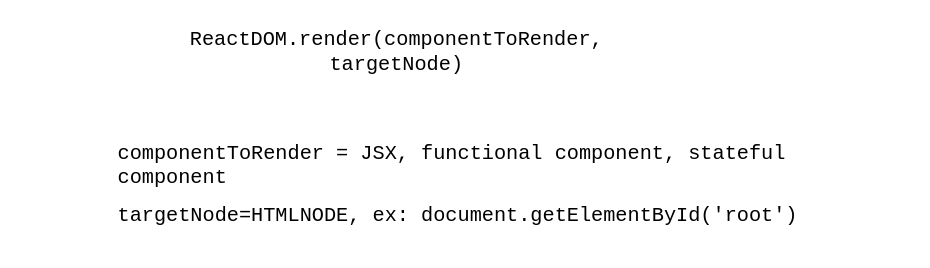
f2xiao/learn-react keeps this draw.io diagram as page "01-2 React's rendering API" (2 of 23) of Diagram.drawio. Above is the earlier version. Source tidied: cells renumbered, new cells numbered last; positions are measured from the earlier drawing's top-left corner, leaving out a move shared by most shapes. Both pictures are drawn from the tidied source at 125%, with x=0, y=0 at pixel (115, 21).
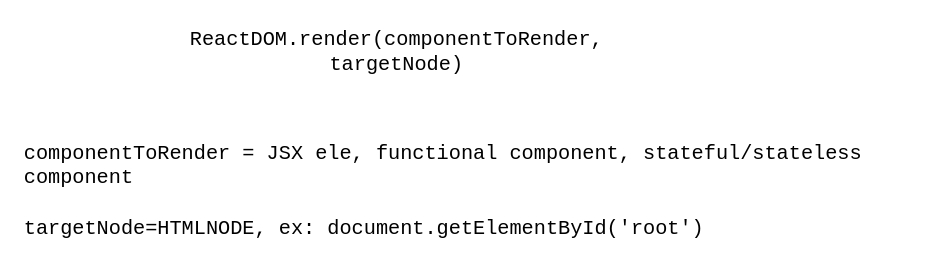
After the change.

The edit, as a diff of the source:
```diff
@@
 <mxGraphModel>
   <root>
     <mxCell id="0" />
     <mxCell id="1" parent="0" />
     <mxCell id="2" value="&lt;span style=&quot;font-family: &amp;quot;Roboto Mono&amp;quot;, monospace; font-size: 16.2px; text-align: start; background-color: rgb(255, 255, 255);&quot;&gt;ReactDOM.render(componentToRender, targetNode)&lt;/span&gt;" style="text;html=1;strokeColor=none;fillColor=none;align=center;verticalAlign=middle;whiteSpace=wrap;rounded=0;" parent="1" vertex="1">
       <mxGeometry x="10" width="430" height="50" as="geometry" />
     </mxCell>
-    <mxCell id="3" value="&lt;span style=&quot;color: rgb(0, 0, 0); font-family: &amp;quot;Roboto Mono&amp;quot;, monospace; font-size: 16.2px; font-style: normal; font-variant-ligatures: normal; font-variant-caps: normal; font-weight: 400; letter-spacing: normal; orphans: 2; text-align: start; text-indent: 0px; text-transform: none; widows: 2; word-spacing: 0px; -webkit-text-stroke-width: 0px; background-color: rgb(255, 255, 255); text-decoration-thickness: initial; text-decoration-style: initial; text-decoration-color: initial; float: none; display: inline !important;&quot;&gt;componentToRender = JSX, functional component, stateful component&lt;/span&gt;" style="text;whiteSpace=wrap;html=1;fontColor=#000000;" parent="1" vertex="1">
-      <mxGeometry y="90" width="630" height="40" as="geometry" />
+    <mxCell id="3" value="&lt;span style=&quot;color: rgb(0, 0, 0); font-family: &amp;quot;Roboto Mono&amp;quot;, monospace; font-size: 16.2px; font-style: normal; font-variant-ligatures: normal; font-variant-caps: normal; font-weight: 400; letter-spacing: normal; orphans: 2; text-align: start; text-indent: 0px; text-transform: none; widows: 2; word-spacing: 0px; -webkit-text-stroke-width: 0px; background-color: rgb(255, 255, 255); text-decoration-thickness: initial; text-decoration-style: initial; text-decoration-color: initial; float: none; display: inline !important;&quot;&gt;componentToRender = JSX ele, functional component, stateful/stateless component&lt;/span&gt;" style="text;whiteSpace=wrap;html=1;fontColor=#000000;" parent="1" vertex="1">
+      <mxGeometry x="-75" y="90" width="710" height="40" as="geometry" />
     </mxCell>
     <mxCell id="4" value="&lt;span style=&quot;color: rgb(0, 0, 0); font-family: &amp;quot;Roboto Mono&amp;quot;, monospace; font-size: 16.2px; font-style: normal; font-variant-ligatures: normal; font-variant-caps: normal; font-weight: 400; letter-spacing: normal; orphans: 2; text-align: start; text-indent: 0px; text-transform: none; widows: 2; word-spacing: 0px; -webkit-text-stroke-width: 0px; background-color: rgb(255, 255, 255); text-decoration-thickness: initial; text-decoration-style: initial; text-decoration-color: initial; float: none; display: inline !important;&quot;&gt;targetNode=HTMLNODE, ex: document.getElementById('root')&lt;/span&gt;" style="text;whiteSpace=wrap;html=1;fontColor=#000000;" parent="1" vertex="1">
-      <mxGeometry y="140" width="560" height="30" as="geometry" />
+      <mxGeometry x="-75" y="150" width="560" height="30" as="geometry" />
     </mxCell>
   </root>
 </mxGraphModel>
```
